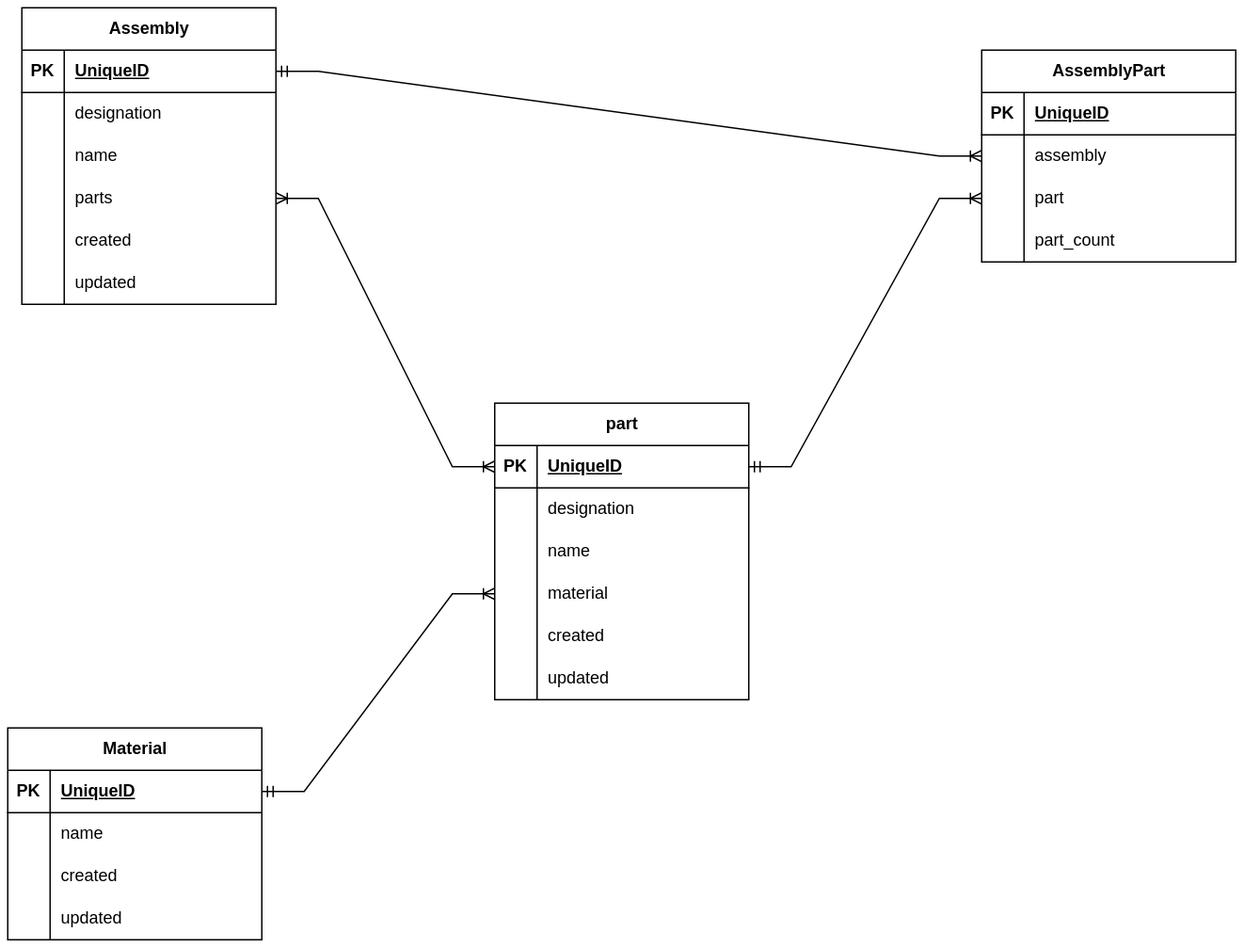
Earlier version of the draw.io export lesson_7/diagram_lesson_7.drawio.png (ratushnyivm/itcodegroup-internship). Source tidied: cells renumbered, new cells last; positions are measured from the earlier drawing's top-left corner, leaving out a move shared by most shapes. Source of this version:
```xml
<mxGraphModel>
  <root>
    <mxCell id="0" />
    <mxCell id="1" parent="0" />
    <mxCell id="2" value="Material" style="shape=table;startSize=30;rowLines=0;fontStyle=1;align=center;html=1;" parent="1" vertex="1">
      <mxGeometry y="510" width="180" height="150" as="geometry" />
    </mxCell>
    <mxCell id="3" style="shape=tableRow;horizontal=0;startSize=0;swimlaneHead=0;swimlaneBody=0;fillColor=none;points=[[0,0.5],[1,0.5]];portConstraint=eastwest;top=0;left=0;right=0;bottom=1;" parent="2" vertex="1">
      <mxGeometry y="30" width="180" height="30" as="geometry" />
    </mxCell>
    <mxCell id="4" value="PK" style="shape=partialRectangle;fillColor=none;top=0;left=0;bottom=0;right=0;fontStyle=1;overflow=hidden;whiteSpace=wrap;html=1;" parent="3" vertex="1">
      <mxGeometry width="30" height="30" as="geometry" />
    </mxCell>
    <mxCell id="5" value="UniqueID" style="shape=partialRectangle;fillColor=none;top=0;left=0;bottom=0;right=0;align=left;spacingLeft=6;fontStyle=5;overflow=hidden;whiteSpace=wrap;html=1;" parent="3" vertex="1">
      <mxGeometry x="30" width="150" height="30" as="geometry" />
    </mxCell>
    <mxCell id="6" style="shape=tableRow;horizontal=0;startSize=0;swimlaneHead=0;swimlaneBody=0;fillColor=none;top=0;left=0;right=0;bottom=0;" parent="2" vertex="1">
      <mxGeometry y="60" width="180" height="30" as="geometry" />
    </mxCell>
    <mxCell id="7" style="shape=partialRectangle;fillColor=none;top=0;left=0;bottom=0;right=0;overflow=hidden;whiteSpace=wrap;html=1;" parent="6" vertex="1">
      <mxGeometry width="30" height="30" as="geometry" />
    </mxCell>
    <mxCell id="8" value="name" style="shape=partialRectangle;fillColor=none;top=0;left=0;bottom=0;right=0;align=left;spacingLeft=6;overflow=hidden;whiteSpace=wrap;html=1;" parent="6" vertex="1">
      <mxGeometry x="30" width="150" height="30" as="geometry" />
    </mxCell>
    <mxCell id="9" style="shape=tableRow;horizontal=0;startSize=0;swimlaneHead=0;swimlaneBody=0;fillColor=none;top=0;left=0;right=0;bottom=0;" parent="2" vertex="1">
      <mxGeometry y="90" width="180" height="30" as="geometry" />
    </mxCell>
    <mxCell id="10" style="shape=partialRectangle;fillColor=none;top=0;left=0;bottom=0;right=0;overflow=hidden;whiteSpace=wrap;html=1;" parent="9" vertex="1">
      <mxGeometry width="30" height="30" as="geometry" />
    </mxCell>
    <mxCell id="11" value="created" style="shape=partialRectangle;fillColor=none;top=0;left=0;bottom=0;right=0;align=left;spacingLeft=6;overflow=hidden;whiteSpace=wrap;html=1;" parent="9" vertex="1">
      <mxGeometry x="30" width="150" height="30" as="geometry" />
    </mxCell>
    <mxCell id="12" style="shape=tableRow;horizontal=0;startSize=0;swimlaneHead=0;swimlaneBody=0;fillColor=none;top=0;left=0;right=0;bottom=0;" parent="2" vertex="1">
      <mxGeometry y="120" width="180" height="30" as="geometry" />
    </mxCell>
    <mxCell id="13" style="shape=partialRectangle;fillColor=none;top=0;left=0;bottom=0;right=0;overflow=hidden;whiteSpace=wrap;html=1;" parent="12" vertex="1">
      <mxGeometry width="30" height="30" as="geometry" />
    </mxCell>
    <mxCell id="14" value="updated" style="shape=partialRectangle;fillColor=none;top=0;left=0;bottom=0;right=0;align=left;spacingLeft=6;overflow=hidden;whiteSpace=wrap;html=1;" parent="12" vertex="1">
      <mxGeometry x="30" width="150" height="30" as="geometry" />
    </mxCell>
    <mxCell id="15" value="part" style="shape=table;startSize=30;rowLines=0;fontStyle=1;align=center;html=1;" parent="1" vertex="1">
      <mxGeometry x="345" y="280" width="180" height="210" as="geometry" />
    </mxCell>
    <mxCell id="16" style="shape=tableRow;horizontal=0;startSize=0;swimlaneHead=0;swimlaneBody=0;fillColor=none;points=[[0,0.5],[1,0.5]];portConstraint=eastwest;top=0;left=0;right=0;bottom=1;" parent="15" vertex="1">
      <mxGeometry y="30" width="180" height="30" as="geometry" />
    </mxCell>
    <mxCell id="17" value="PK" style="shape=partialRectangle;fillColor=none;top=0;left=0;bottom=0;right=0;fontStyle=1;overflow=hidden;whiteSpace=wrap;html=1;" parent="16" vertex="1">
      <mxGeometry width="30" height="30" as="geometry" />
    </mxCell>
    <mxCell id="18" value="UniqueID" style="shape=partialRectangle;fillColor=none;top=0;left=0;bottom=0;right=0;align=left;spacingLeft=6;fontStyle=5;overflow=hidden;whiteSpace=wrap;html=1;" parent="16" vertex="1">
      <mxGeometry x="30" width="150" height="30" as="geometry" />
    </mxCell>
    <mxCell id="19" style="shape=tableRow;horizontal=0;startSize=0;swimlaneHead=0;swimlaneBody=0;fillColor=none;top=0;left=0;right=0;bottom=0;" parent="15" vertex="1">
      <mxGeometry y="60" width="180" height="30" as="geometry" />
    </mxCell>
    <mxCell id="20" style="shape=partialRectangle;fillColor=none;top=0;left=0;bottom=0;right=0;overflow=hidden;whiteSpace=wrap;html=1;" parent="19" vertex="1">
      <mxGeometry width="30" height="30" as="geometry" />
    </mxCell>
    <mxCell id="21" value="designation" style="shape=partialRectangle;fillColor=none;top=0;left=0;bottom=0;right=0;align=left;spacingLeft=6;overflow=hidden;whiteSpace=wrap;html=1;" parent="19" vertex="1">
      <mxGeometry x="30" width="150" height="30" as="geometry" />
    </mxCell>
    <mxCell id="22" style="shape=tableRow;horizontal=0;startSize=0;swimlaneHead=0;swimlaneBody=0;fillColor=none;top=0;left=0;right=0;bottom=0;" parent="15" vertex="1">
      <mxGeometry y="90" width="180" height="30" as="geometry" />
    </mxCell>
    <mxCell id="23" style="shape=partialRectangle;fillColor=none;top=0;left=0;bottom=0;right=0;overflow=hidden;whiteSpace=wrap;html=1;" parent="22" vertex="1">
      <mxGeometry width="30" height="30" as="geometry" />
    </mxCell>
    <mxCell id="24" value="name" style="shape=partialRectangle;fillColor=none;top=0;left=0;bottom=0;right=0;align=left;spacingLeft=6;overflow=hidden;whiteSpace=wrap;html=1;" parent="22" vertex="1">
      <mxGeometry x="30" width="150" height="30" as="geometry" />
    </mxCell>
    <mxCell id="25" style="shape=tableRow;horizontal=0;startSize=0;swimlaneHead=0;swimlaneBody=0;fillColor=none;points=[[0,0.5],[1,0.5]];portConstraint=eastwest;top=0;left=0;right=0;bottom=0;" parent="15" vertex="1">
      <mxGeometry y="120" width="180" height="30" as="geometry" />
    </mxCell>
    <mxCell id="26" style="shape=partialRectangle;fillColor=none;top=0;left=0;bottom=0;right=0;overflow=hidden;whiteSpace=wrap;html=1;" parent="25" vertex="1">
      <mxGeometry width="30" height="30" as="geometry" />
    </mxCell>
    <mxCell id="27" value="material" style="shape=partialRectangle;fillColor=none;top=0;left=0;bottom=0;right=0;align=left;spacingLeft=6;overflow=hidden;whiteSpace=wrap;html=1;" parent="25" vertex="1">
      <mxGeometry x="30" width="150" height="30" as="geometry" />
    </mxCell>
    <mxCell id="28" style="shape=tableRow;horizontal=0;startSize=0;swimlaneHead=0;swimlaneBody=0;fillColor=none;top=0;left=0;right=0;bottom=0;" parent="15" vertex="1">
      <mxGeometry y="150" width="180" height="30" as="geometry" />
    </mxCell>
    <mxCell id="29" style="shape=partialRectangle;fillColor=none;top=0;left=0;bottom=0;right=0;overflow=hidden;whiteSpace=wrap;html=1;" parent="28" vertex="1">
      <mxGeometry width="30" height="30" as="geometry" />
    </mxCell>
    <mxCell id="30" value="created" style="shape=partialRectangle;fillColor=none;top=0;left=0;bottom=0;right=0;align=left;spacingLeft=6;overflow=hidden;whiteSpace=wrap;html=1;" parent="28" vertex="1">
      <mxGeometry x="30" width="150" height="30" as="geometry" />
    </mxCell>
    <mxCell id="31" style="shape=tableRow;horizontal=0;startSize=0;swimlaneHead=0;swimlaneBody=0;fillColor=none;top=0;left=0;right=0;bottom=0;" parent="15" vertex="1">
      <mxGeometry y="180" width="180" height="30" as="geometry" />
    </mxCell>
    <mxCell id="32" style="shape=partialRectangle;fillColor=none;top=0;left=0;bottom=0;right=0;overflow=hidden;whiteSpace=wrap;html=1;" parent="31" vertex="1">
      <mxGeometry width="30" height="30" as="geometry" />
    </mxCell>
    <mxCell id="33" value="updated" style="shape=partialRectangle;fillColor=none;top=0;left=0;bottom=0;right=0;align=left;spacingLeft=6;overflow=hidden;whiteSpace=wrap;html=1;" parent="31" vertex="1">
      <mxGeometry x="30" width="150" height="30" as="geometry" />
    </mxCell>
    <mxCell id="34" style="edgeStyle=entityRelationEdgeStyle;fontSize=12;html=1;endArrow=ERoneToMany;startArrow=ERmandOne;rounded=0;exitX=1;exitY=0.5;exitDx=0;exitDy=0;entryX=0;entryY=0.5;entryDx=0;entryDy=0;" parent="1" edge="1" source="3" target="25">
      <mxGeometry relative="1" as="geometry" />
    </mxCell>
    <mxCell id="35" value="Assembly" style="shape=table;startSize=30;rowLines=0;fontStyle=1;align=center;html=1;" parent="1" vertex="1">
      <mxGeometry x="10" width="180" height="210" as="geometry" />
    </mxCell>
    <mxCell id="36" style="shape=tableRow;horizontal=0;startSize=0;swimlaneHead=0;swimlaneBody=0;fillColor=none;points=[[0,0.5],[1,0.5]];portConstraint=eastwest;top=0;left=0;right=0;bottom=1;" parent="35" vertex="1">
      <mxGeometry y="30" width="180" height="30" as="geometry" />
    </mxCell>
    <mxCell id="37" value="PK" style="shape=partialRectangle;fillColor=none;top=0;left=0;bottom=0;right=0;fontStyle=1;overflow=hidden;whiteSpace=wrap;html=1;" parent="36" vertex="1">
      <mxGeometry width="30" height="30" as="geometry" />
    </mxCell>
    <mxCell id="38" value="UniqueID" style="shape=partialRectangle;fillColor=none;top=0;left=0;bottom=0;right=0;align=left;spacingLeft=6;fontStyle=5;overflow=hidden;whiteSpace=wrap;html=1;" parent="36" vertex="1">
      <mxGeometry x="30" width="150" height="30" as="geometry" />
    </mxCell>
    <mxCell id="39" style="shape=tableRow;horizontal=0;startSize=0;swimlaneHead=0;swimlaneBody=0;fillColor=none;top=0;left=0;right=0;bottom=0;" parent="35" vertex="1">
      <mxGeometry y="60" width="180" height="30" as="geometry" />
    </mxCell>
    <mxCell id="40" style="shape=partialRectangle;fillColor=none;top=0;left=0;bottom=0;right=0;overflow=hidden;whiteSpace=wrap;html=1;" parent="39" vertex="1">
      <mxGeometry width="30" height="30" as="geometry" />
    </mxCell>
    <mxCell id="41" value="designation" style="shape=partialRectangle;fillColor=none;top=0;left=0;bottom=0;right=0;align=left;spacingLeft=6;overflow=hidden;whiteSpace=wrap;html=1;" parent="39" vertex="1">
      <mxGeometry x="30" width="150" height="30" as="geometry" />
    </mxCell>
    <mxCell id="42" style="shape=tableRow;horizontal=0;startSize=0;swimlaneHead=0;swimlaneBody=0;fillColor=none;top=0;left=0;right=0;bottom=0;" parent="35" vertex="1">
      <mxGeometry y="90" width="180" height="30" as="geometry" />
    </mxCell>
    <mxCell id="43" style="shape=partialRectangle;fillColor=none;top=0;left=0;bottom=0;right=0;overflow=hidden;whiteSpace=wrap;html=1;" parent="42" vertex="1">
      <mxGeometry width="30" height="30" as="geometry" />
    </mxCell>
    <mxCell id="44" value="name" style="shape=partialRectangle;fillColor=none;top=0;left=0;bottom=0;right=0;align=left;spacingLeft=6;overflow=hidden;whiteSpace=wrap;html=1;" parent="42" vertex="1">
      <mxGeometry x="30" width="150" height="30" as="geometry" />
    </mxCell>
    <mxCell id="45" style="shape=tableRow;horizontal=0;startSize=0;swimlaneHead=0;swimlaneBody=0;fillColor=none;points=[[0,0.5],[1,0.5]];portConstraint=eastwest;top=0;left=0;right=0;bottom=0;" parent="35" vertex="1">
      <mxGeometry y="120" width="180" height="30" as="geometry" />
    </mxCell>
    <mxCell id="46" style="shape=partialRectangle;fillColor=none;top=0;left=0;bottom=0;right=0;overflow=hidden;whiteSpace=wrap;html=1;" parent="45" vertex="1">
      <mxGeometry width="30" height="30" as="geometry" />
    </mxCell>
    <mxCell id="47" value="parts" style="shape=partialRectangle;fillColor=none;top=0;left=0;bottom=0;right=0;align=left;spacingLeft=6;overflow=hidden;whiteSpace=wrap;html=1;" parent="45" vertex="1">
      <mxGeometry x="30" width="150" height="30" as="geometry" />
    </mxCell>
    <mxCell id="48" style="shape=tableRow;horizontal=0;startSize=0;swimlaneHead=0;swimlaneBody=0;fillColor=none;top=0;left=0;right=0;bottom=0;" parent="35" vertex="1">
      <mxGeometry y="150" width="180" height="30" as="geometry" />
    </mxCell>
    <mxCell id="49" style="shape=partialRectangle;fillColor=none;top=0;left=0;bottom=0;right=0;overflow=hidden;whiteSpace=wrap;html=1;" parent="48" vertex="1">
      <mxGeometry width="30" height="30" as="geometry" />
    </mxCell>
    <mxCell id="50" value="created" style="shape=partialRectangle;fillColor=none;top=0;left=0;bottom=0;right=0;align=left;spacingLeft=6;overflow=hidden;whiteSpace=wrap;html=1;" parent="48" vertex="1">
      <mxGeometry x="30" width="150" height="30" as="geometry" />
    </mxCell>
    <mxCell id="51" style="shape=tableRow;horizontal=0;startSize=0;swimlaneHead=0;swimlaneBody=0;fillColor=none;top=0;left=0;right=0;bottom=0;" parent="35" vertex="1">
      <mxGeometry y="180" width="180" height="30" as="geometry" />
    </mxCell>
    <mxCell id="52" style="shape=partialRectangle;fillColor=none;top=0;left=0;bottom=0;right=0;overflow=hidden;whiteSpace=wrap;html=1;" parent="51" vertex="1">
      <mxGeometry width="30" height="30" as="geometry" />
    </mxCell>
    <mxCell id="53" value="updated" style="shape=partialRectangle;fillColor=none;top=0;left=0;bottom=0;right=0;align=left;spacingLeft=6;overflow=hidden;whiteSpace=wrap;html=1;" parent="51" vertex="1">
      <mxGeometry x="30" width="150" height="30" as="geometry" />
    </mxCell>
    <mxCell id="54" style="edgeStyle=entityRelationEdgeStyle;fontSize=12;html=1;endArrow=ERoneToMany;startArrow=ERoneToMany;rounded=0;entryX=0;entryY=0.5;entryDx=0;entryDy=0;exitX=1;exitY=0.5;exitDx=0;exitDy=0;" parent="1" edge="1" source="45" target="16">
      <mxGeometry relative="1" as="geometry" />
    </mxCell>
    <mxCell id="55" value="AssemblyPart" style="shape=table;startSize=30;rowLines=0;fontStyle=1;align=center;html=1;" parent="1" vertex="1">
      <mxGeometry x="690" y="30" width="180" height="150" as="geometry" />
    </mxCell>
    <mxCell id="56" style="shape=tableRow;horizontal=0;startSize=0;swimlaneHead=0;swimlaneBody=0;fillColor=none;top=0;left=0;right=0;bottom=1;" parent="55" vertex="1">
      <mxGeometry y="30" width="180" height="30" as="geometry" />
    </mxCell>
    <mxCell id="57" value="PK" style="shape=partialRectangle;fillColor=none;top=0;left=0;bottom=0;right=0;fontStyle=1;overflow=hidden;whiteSpace=wrap;html=1;" parent="56" vertex="1">
      <mxGeometry width="30" height="30" as="geometry" />
    </mxCell>
    <mxCell id="58" value="UniqueID" style="shape=partialRectangle;fillColor=none;top=0;left=0;bottom=0;right=0;align=left;spacingLeft=6;fontStyle=5;overflow=hidden;whiteSpace=wrap;html=1;" parent="56" vertex="1">
      <mxGeometry x="30" width="150" height="30" as="geometry" />
    </mxCell>
    <mxCell id="59" style="shape=tableRow;horizontal=0;startSize=0;swimlaneHead=0;swimlaneBody=0;fillColor=none;points=[[0,0.5],[1,0.5]];portConstraint=eastwest;top=0;left=0;right=0;bottom=0;" parent="55" vertex="1">
      <mxGeometry y="60" width="180" height="30" as="geometry" />
    </mxCell>
    <mxCell id="60" style="shape=partialRectangle;fillColor=none;top=0;left=0;bottom=0;right=0;overflow=hidden;whiteSpace=wrap;html=1;" parent="59" vertex="1">
      <mxGeometry width="30" height="30" as="geometry" />
    </mxCell>
    <mxCell id="61" value="assembly" style="shape=partialRectangle;fillColor=none;top=0;left=0;bottom=0;right=0;align=left;spacingLeft=6;overflow=hidden;whiteSpace=wrap;html=1;" parent="59" vertex="1">
      <mxGeometry x="30" width="150" height="30" as="geometry" />
    </mxCell>
    <mxCell id="62" style="shape=tableRow;horizontal=0;startSize=0;swimlaneHead=0;swimlaneBody=0;fillColor=none;points=[[0,0.5],[1,0.5]];portConstraint=eastwest;top=0;left=0;right=0;bottom=0;" parent="55" vertex="1">
      <mxGeometry y="90" width="180" height="30" as="geometry" />
    </mxCell>
    <mxCell id="63" style="shape=partialRectangle;fillColor=none;top=0;left=0;bottom=0;right=0;overflow=hidden;whiteSpace=wrap;html=1;" parent="62" vertex="1">
      <mxGeometry width="30" height="30" as="geometry" />
    </mxCell>
    <mxCell id="64" value="part" style="shape=partialRectangle;fillColor=none;top=0;left=0;bottom=0;right=0;align=left;spacingLeft=6;overflow=hidden;whiteSpace=wrap;html=1;" parent="62" vertex="1">
      <mxGeometry x="30" width="150" height="30" as="geometry" />
    </mxCell>
    <mxCell id="65" style="shape=tableRow;horizontal=0;startSize=0;swimlaneHead=0;swimlaneBody=0;fillColor=none;top=0;left=0;right=0;bottom=0;" parent="55" vertex="1">
      <mxGeometry y="120" width="180" height="30" as="geometry" />
    </mxCell>
    <mxCell id="66" style="shape=partialRectangle;fillColor=none;top=0;left=0;bottom=0;right=0;overflow=hidden;whiteSpace=wrap;html=1;" parent="65" vertex="1">
      <mxGeometry width="30" height="30" as="geometry" />
    </mxCell>
    <mxCell id="67" value="part_count" style="shape=partialRectangle;fillColor=none;top=0;left=0;bottom=0;right=0;align=left;spacingLeft=6;overflow=hidden;whiteSpace=wrap;html=1;" parent="65" vertex="1">
      <mxGeometry x="30" width="150" height="30" as="geometry" />
    </mxCell>
    <mxCell id="68" style="edgeStyle=entityRelationEdgeStyle;fontSize=12;html=1;endArrow=ERoneToMany;startArrow=ERmandOne;rounded=0;exitX=1;exitY=0.5;exitDx=0;exitDy=0;entryX=0;entryY=0.5;entryDx=0;entryDy=0;" parent="1" edge="1" source="36" target="59">
      <mxGeometry relative="1" as="geometry" />
    </mxCell>
    <mxCell id="69" style="edgeStyle=entityRelationEdgeStyle;fontSize=12;html=1;endArrow=ERoneToMany;startArrow=ERmandOne;rounded=0;exitX=1;exitY=0.5;exitDx=0;exitDy=0;entryX=0;entryY=0.5;entryDx=0;entryDy=0;" parent="1" edge="1" source="16" target="62">
      <mxGeometry relative="1" as="geometry" />
    </mxCell>
  </root>
</mxGraphModel>
```
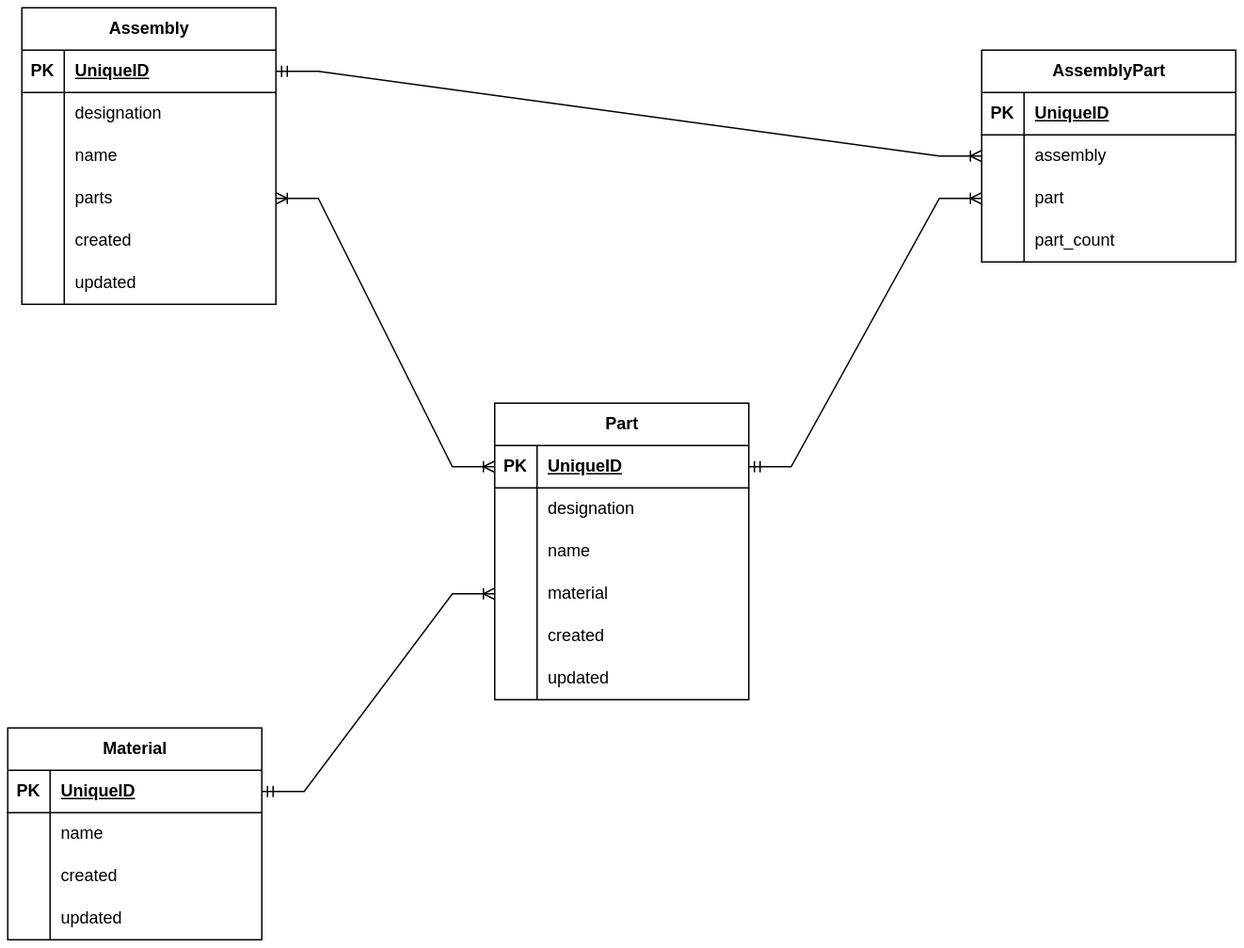
After the change.

Commit message:
fix[lesson_7]: fix assignment of table "Part" in diagram and add import in query 9

Change to the diagram source:
```diff
@@ -41,7 +41,7 @@
     <mxCell id="14" value="updated" style="shape=partialRectangle;fillColor=none;top=0;left=0;bottom=0;right=0;align=left;spacingLeft=6;overflow=hidden;whiteSpace=wrap;html=1;" parent="12" vertex="1">
       <mxGeometry x="30" width="150" height="30" as="geometry" />
     </mxCell>
-    <mxCell id="15" value="part" style="shape=table;startSize=30;rowLines=0;fontStyle=1;align=center;html=1;" parent="1" vertex="1">
+    <mxCell id="15" value="Part" style="shape=table;startSize=30;rowLines=0;fontStyle=1;align=center;html=1;" parent="1" vertex="1">
       <mxGeometry x="345" y="280" width="180" height="210" as="geometry" />
     </mxCell>
     <mxCell id="16" style="shape=tableRow;horizontal=0;startSize=0;swimlaneHead=0;swimlaneBody=0;fillColor=none;points=[[0,0.5],[1,0.5]];portConstraint=eastwest;top=0;left=0;right=0;bottom=1;" parent="15" vertex="1">
```
